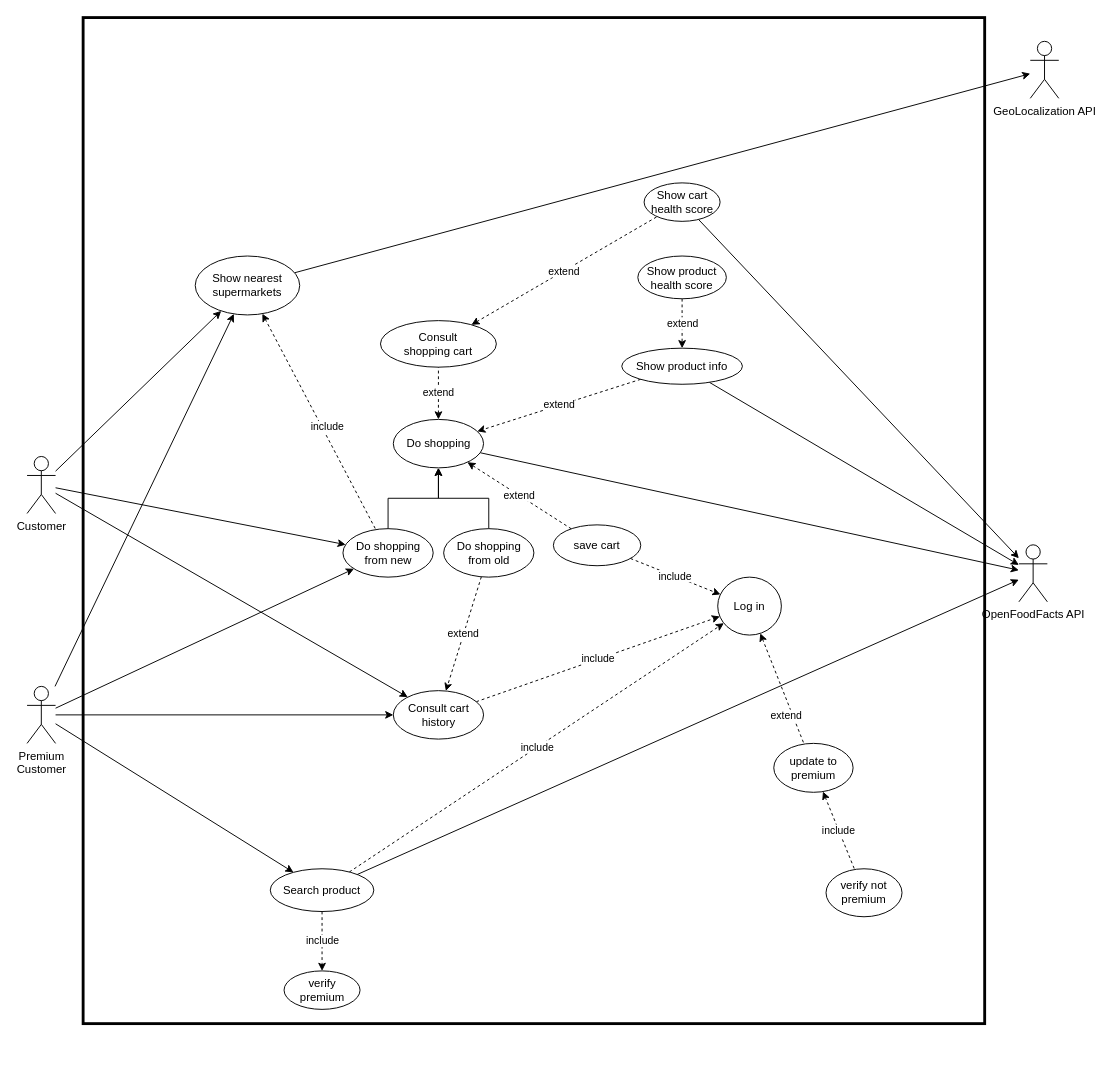
FredHats99/HealthyCart keeps this draw.io diagram as docx&pdf/UseCases/UC_Diagram.drawio. Above is the earlier version. Source tidied: cells renumbered, new cells numbered last; positions are measured from the earlier drawing's top-left corner, leaving out a move shared by most shapes. Both pictures are drawn from the tidied source at 95%, with x=0, y=0 at pixel (27, 17).
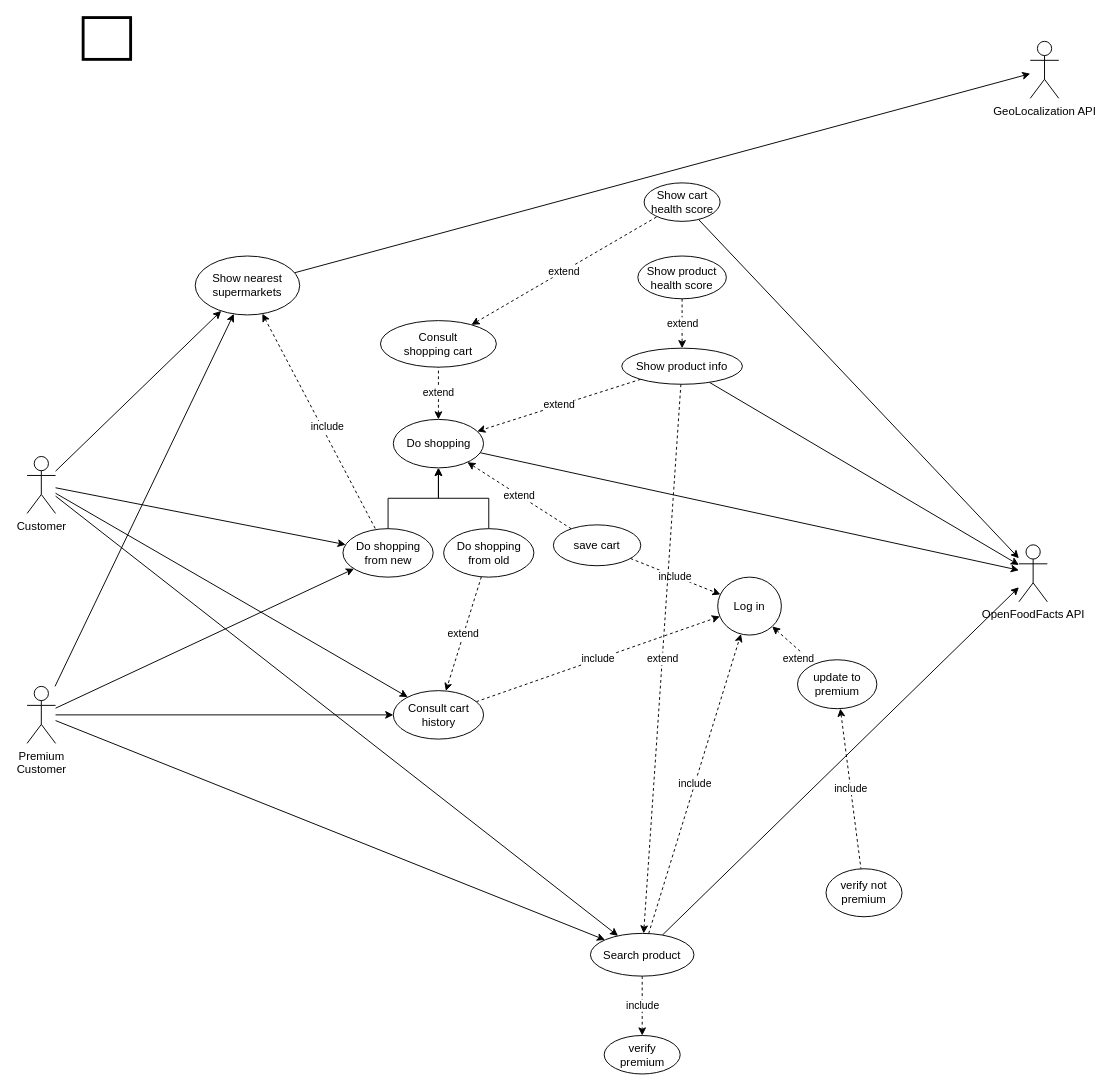
After the change.

Commit message (it also covers changes not shown here):
started again the BCE for 2 different use cases. not finished

Unchanged cells that the change refers to:
```xml
<mxCell id="5" value="Customer" style="shape=umlActor;verticalLabelPosition=bottom;verticalAlign=top;html=1;outlineConnect=0;" parent="1" vertex="1">
  <mxGeometry y="462" width="30" height="60" as="geometry" />
</mxCell>
<mxCell id="35" value="Show product info" style="ellipse;whiteSpace=wrap;html=1;" parent="1" vertex="1">
  <mxGeometry x="626" y="348" width="127" height="38" as="geometry" />
</mxCell>
```

Change to the diagram source:
```diff
@@
+    <mxCell id="49" style="rounded=0;jettySize=auto;html=1;" parent="1" edge="1" source="5" target="43">
+      <mxGeometry relative="1" as="geometry" />
+    </mxCell>
@@
+    <mxCell id="50" value="extend" style="edgeStyle=none;rounded=0;jettySize=auto;html=1;dashed=1;" parent="1" edge="1" source="35" target="43">
+      <mxGeometry relative="1" as="geometry" />
+    </mxCell>
@@
     <mxCell id="43" value="Search product" style="ellipse;whiteSpace=wrap;html=1;" parent="1" vertex="1">
-      <mxGeometry x="256" y="896" width="109" height="45" as="geometry" />
+      <mxGeometry x="593" y="964" width="109" height="45" as="geometry" />
     </mxCell>
     <mxCell id="44" value="verify premium" style="ellipse;whiteSpace=wrap;html=1;" parent="1" vertex="1">
-      <mxGeometry x="270.5" y="1003.5" width="80" height="40.5" as="geometry" />
+      <mxGeometry x="607.5" y="1071.5" width="80" height="40.5" as="geometry" />
     </mxCell>
-    <mxCell id="45" style="rounded=0;whiteSpace=wrap;html=1;fillColor=none;strokeWidth=3;" parent="1" vertex="1">
-      <mxGeometry x="59" width="949" height="1059" as="geometry" />
+    <mxCell id="45" style="rounded=0;whiteSpace=wrap;html=1;fillColor=none;strokeWidth=3;" parent="1" vertex="1" collapsed="1">
+      <mxGeometry x="59" width="50" height="44" as="geometry" />
     </mxCell>
@@
     <mxCell id="47" value="&lt;div&gt;update to&lt;/div&gt;&lt;div&gt;premium&lt;br&gt;&lt;/div&gt;" style="ellipse;whiteSpace=wrap;html=1;" parent="1" vertex="1">
-      <mxGeometry x="786" y="764" width="83.5" height="51.5" as="geometry" />
+      <mxGeometry x="811" y="676" width="83.5" height="51.5" as="geometry" />
     </mxCell>
```
